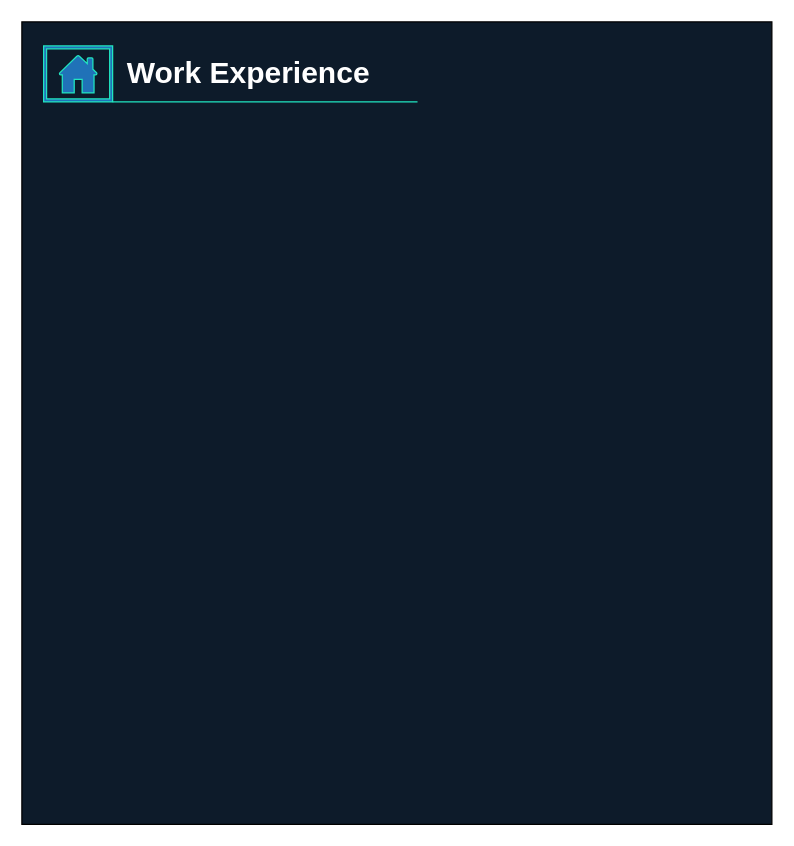
This is page "WorkExperience" (3 of 5) of Mockup/Portfolio Mockup.drawio from SoumyajitOfficial1995/portfolio, a draw.io file, before an edit. Source tidied: cells renumbered, new cells numbered last; positions are measured from the earlier drawing's top-left corner, leaving out a move shared by most shapes. Both pictures are drawn from the tidied source at 125%, with x=0, y=0 at pixel (21, 21).
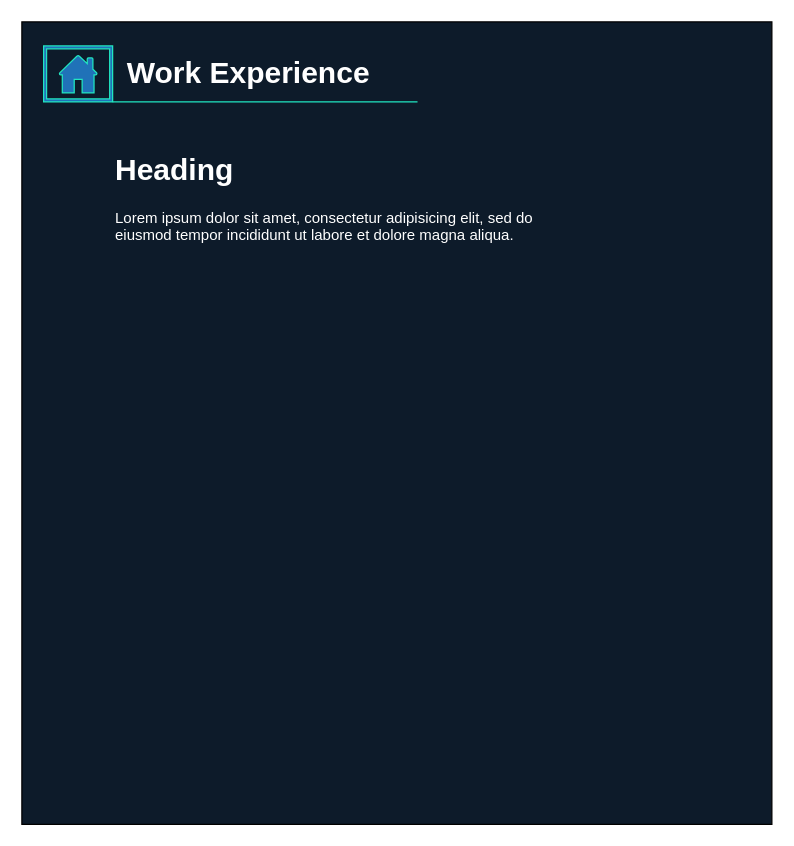
Above is the later version.

What changed in the source:
```diff
@@
 <mxGraphModel>
   <root>
     <mxCell id="0" />
     <mxCell id="1" parent="0" />
     <mxCell id="2" style="rounded=0;whiteSpace=wrap;html=1;fillColor=#0D1B2A;" parent="1" vertex="1">
       <mxGeometry width="600" height="642" as="geometry" />
     </mxCell>
     <mxCell id="3" value="&lt;h1&gt;&lt;font color=&quot;#ffffff&quot; style=&quot;font-size: 24px;&quot;&gt;&lt;b style=&quot;&quot;&gt;Work Experience&lt;/b&gt;&lt;/font&gt;&lt;/h1&gt;" style="text;html=1;align=center;verticalAlign=middle;whiteSpace=wrap;rounded=0;" parent="1" vertex="1">
       <mxGeometry x="72.6" y="19.2" width="217.4" height="43.5" as="geometry" />
     </mxCell>
     <mxCell id="4" style="sketch=0;shadow=0;dashed=0;html=1;strokeColor=#21E6C1;labelPosition=center;verticalLabelPosition=bottom;verticalAlign=top;align=center;shape=mxgraph.office.concepts.home_page;fillColor=#2072B8;" parent="1" vertex="1">
       <mxGeometry x="17.4" y="19.2" width="55.2" height="44.8" as="geometry" />
     </mxCell>
     <mxCell id="5" style="endArrow=none;html=1;rounded=0;strokeColor=#21E6C1;" parent="1" edge="1">
       <mxGeometry relative="1" as="geometry">
         <mxPoint x="72.6" y="64" as="sourcePoint" />
         <mxPoint x="316.5" y="64" as="targetPoint" />
       </mxGeometry>
     </mxCell>
+    <mxCell id="6" value="&lt;h1 style=&quot;margin-top: 0px;&quot;&gt;&lt;font color=&quot;#ffffff&quot;&gt;Heading&lt;/font&gt;&lt;/h1&gt;&lt;p&gt;&lt;font color=&quot;#ffffff&quot;&gt;Lorem ipsum dolor sit amet, consectetur adipisicing elit, sed do eiusmod tempor incididunt ut labore et dolore magna aliqua.&lt;/font&gt;&lt;/p&gt;" style="text;html=1;whiteSpace=wrap;overflow=hidden;rounded=0;" parent="1" vertex="1">
+      <mxGeometry x="72.6" y="98" width="365.4" height="120" as="geometry" />
+    </mxCell>
   </root>
 </mxGraphModel>
```
